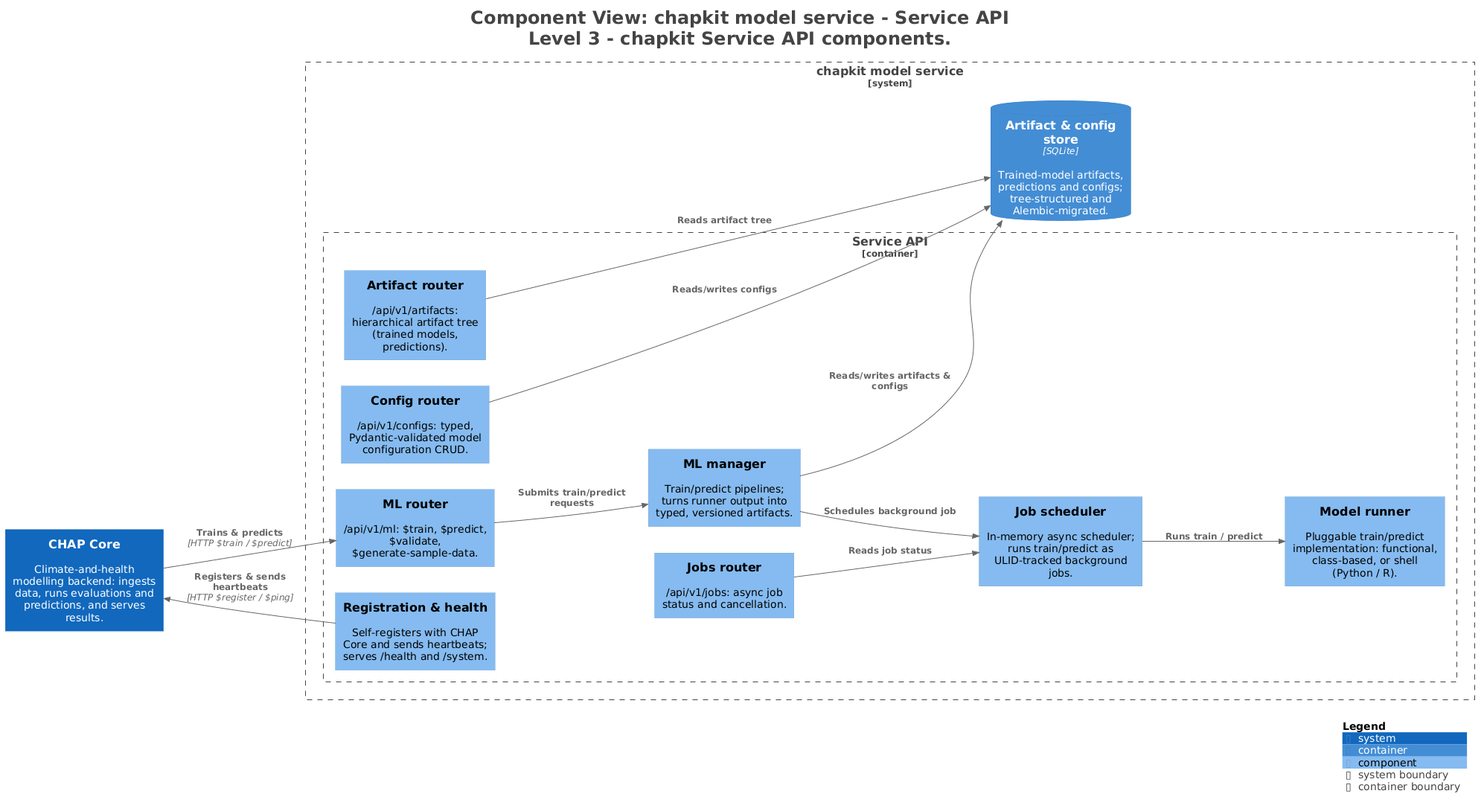
dhis2-chap/chap-core keeps this PlantUML diagram as architecture/diagrams/plantuml/L3_ChapkitService.png. Above is the earlier version. The source it was exported from:
```plantuml
@startuml
title <size:24>Component View: chapkit model service - Service API</size>\n<size:24>Level 3 - chapkit Service API components.</size>

set separator none
left to right direction

<style>
  root {
    BackgroundColor: #ffffff
    FontColor: #444444
  }
</style>

!include <C4/C4>
!include <C4/C4_Context>
!include <C4/C4_Container>
!include <C4/C4_Component>

System(CHAPCore, "CHAP Core", $descr="Climate-and-health modelling backend: ingests data, runs evaluations and predictions, and serves results.", $tags="", $link="")

System_Boundary("chapkitmodelservice_boundary", "chapkit model service", $tags="") {
  Container_Boundary("chapkitmodelservice.ServiceAPI_boundary", "Service API", $tags="") {
    Component(chapkitmodelservice.ServiceAPI.Registrationhealth, "Registration & health", $techn="", $descr="Self-registers with CHAP Core and sends heartbeats; serves /health and /system.", $tags="", $link="")
    Component(chapkitmodelservice.ServiceAPI.MLrouter, "ML router", $techn="", $descr="/api/v1/ml: $train, $predict, $validate, $generate-sample-data.", $tags="", $link="")
    Component(chapkitmodelservice.ServiceAPI.Configrouter, "Config router", $techn="", $descr="/api/v1/configs: typed, Pydantic-validated model configuration CRUD.", $tags="", $link="")
    Component(chapkitmodelservice.ServiceAPI.Artifactrouter, "Artifact router", $techn="", $descr="/api/v1/artifacts: hierarchical artifact tree (trained models, predictions).", $tags="", $link="")
    Component(chapkitmodelservice.ServiceAPI.Jobsrouter, "Jobs router", $techn="", $descr="/api/v1/jobs: async job status and cancellation.", $tags="", $link="")
    Component(chapkitmodelservice.ServiceAPI.MLmanager, "ML manager", $techn="", $descr="Train/predict pipelines; turns runner output into typed, versioned artifacts.", $tags="", $link="")
    Component(chapkitmodelservice.ServiceAPI.Jobscheduler, "Job scheduler", $techn="", $descr="In-memory async scheduler; runs train/predict as ULID-tracked background jobs.", $tags="", $link="")
    Component(chapkitmodelservice.ServiceAPI.Modelrunner, "Model runner", $techn="", $descr="Pluggable train/predict implementation: functional, class-based, or shell (Python / R).", $tags="", $link="")
  }

  ContainerDb(chapkitmodelservice.Artifactconfigstore, "Artifact & config store", $techn="SQLite", $descr="Trained-model artifacts, predictions and configs; tree-structured and Alembic-migrated.", $tags="", $link="")
}

Rel(CHAPCore, chapkitmodelservice.ServiceAPI.MLrouter, "Trains & predicts", $techn="HTTP $train / $predict", $tags="", $link="")
Rel(chapkitmodelservice.ServiceAPI.Registrationhealth, CHAPCore, "Registers & sends heartbeats", $techn="HTTP $register / $ping", $tags="", $link="")
Rel(chapkitmodelservice.ServiceAPI.MLrouter, chapkitmodelservice.ServiceAPI.MLmanager, "Submits train/predict requests", $techn="", $tags="", $link="")
Rel(chapkitmodelservice.ServiceAPI.MLmanager, chapkitmodelservice.ServiceAPI.Jobscheduler, "Schedules background job", $techn="", $tags="", $link="")
Rel(chapkitmodelservice.ServiceAPI.Jobscheduler, chapkitmodelservice.ServiceAPI.Modelrunner, "Runs train / predict", $techn="", $tags="", $link="")
Rel(chapkitmodelservice.ServiceAPI.MLmanager, chapkitmodelservice.Artifactconfigstore, "Reads/writes artifacts & configs", $techn="", $tags="", $link="")
Rel(chapkitmodelservice.ServiceAPI.Configrouter, chapkitmodelservice.Artifactconfigstore, "Reads/writes configs", $techn="", $tags="", $link="")
Rel(chapkitmodelservice.ServiceAPI.Artifactrouter, chapkitmodelservice.Artifactconfigstore, "Reads artifact tree", $techn="", $tags="", $link="")
Rel(chapkitmodelservice.ServiceAPI.Jobsrouter, chapkitmodelservice.ServiceAPI.Jobscheduler, "Reads job status", $techn="", $tags="", $link="")

SHOW_LEGEND(true)
hide stereotypes
@enduml
```
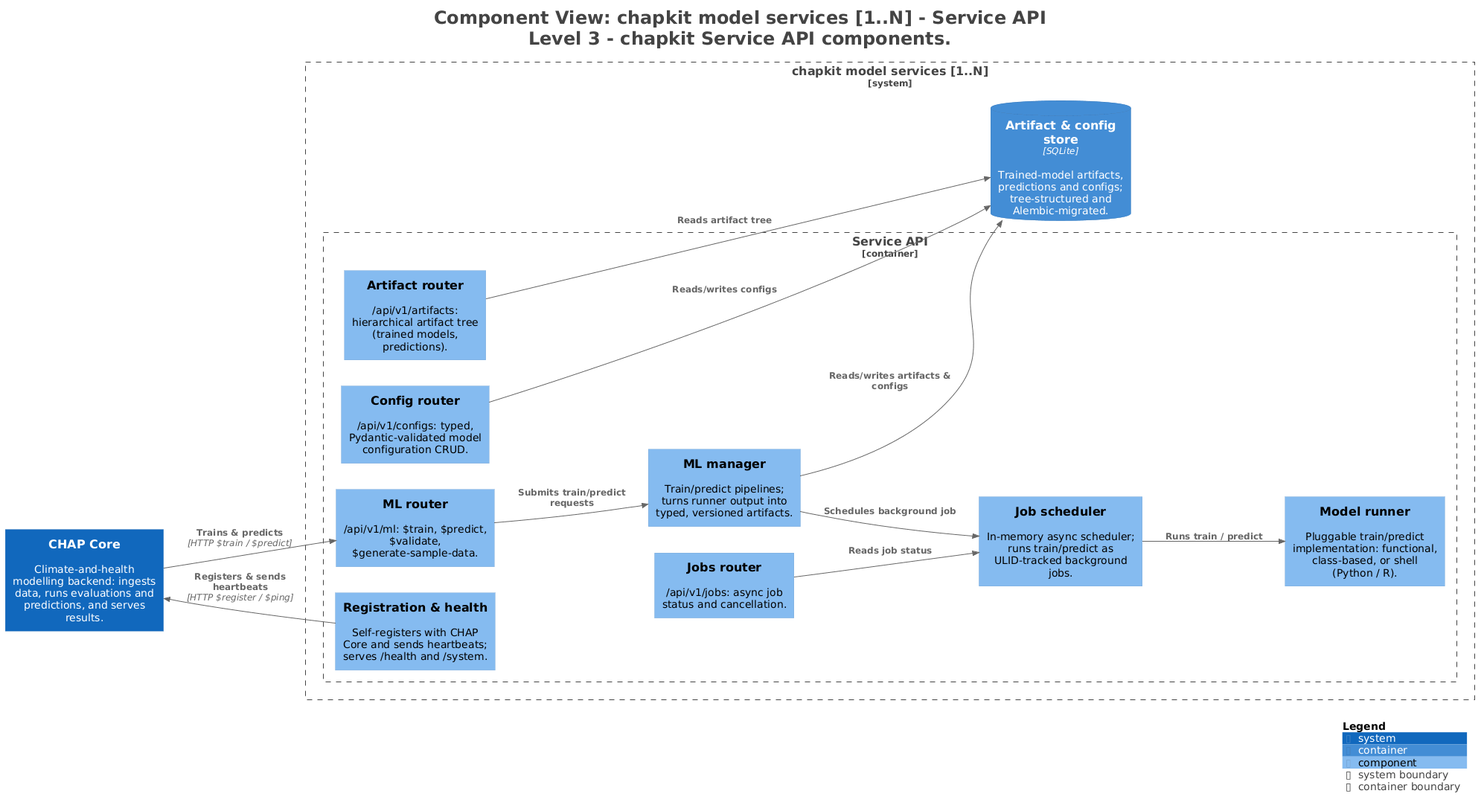
Later version of the same file.

The edit, as a diff of the source:
```diff
@@ -1,5 +1,5 @@
 @startuml
-title <size:24>Component View: chapkit model service - Service API</size>\n<size:24>Level 3 - chapkit Service API components.</size>
+title <size:24>Component View: chapkit model services [1..N] - Service API</size>\n<size:24>Level 3 - chapkit Service API components.</size>
 
 set separator none
 left to right direction
@@ -18,30 +18,30 @@
 
 System(CHAPCore, "CHAP Core", $descr="Climate-and-health modelling backend: ingests data, runs evaluations and predictions, and serves results.", $tags="", $link="")
 
-System_Boundary("chapkitmodelservice_boundary", "chapkit model service", $tags="") {
-  Container_Boundary("chapkitmodelservice.ServiceAPI_boundary", "Service API", $tags="") {
-    Component(chapkitmodelservice.ServiceAPI.Registrationhealth, "Registration & health", $techn="", $descr="Self-registers with CHAP Core and sends heartbeats; serves /health and /system.", $tags="", $link="")
-    Component(chapkitmodelservice.ServiceAPI.MLrouter, "ML router", $techn="", $descr="/api/v1/ml: $train, $predict, $validate, $generate-sample-data.", $tags="", $link="")
-    Component(chapkitmodelservice.ServiceAPI.Configrouter, "Config router", $techn="", $descr="/api/v1/configs: typed, Pydantic-validated model configuration CRUD.", $tags="", $link="")
-    Component(chapkitmodelservice.ServiceAPI.Artifactrouter, "Artifact router", $techn="", $descr="/api/v1/artifacts: hierarchical artifact tree (trained models, predictions).", $tags="", $link="")
-    Component(chapkitmodelservice.ServiceAPI.Jobsrouter, "Jobs router", $techn="", $descr="/api/v1/jobs: async job status and cancellation.", $tags="", $link="")
-    Component(chapkitmodelservice.ServiceAPI.MLmanager, "ML manager", $techn="", $descr="Train/predict pipelines; turns runner output into typed, versioned artifacts.", $tags="", $link="")
-    Component(chapkitmodelservice.ServiceAPI.Jobscheduler, "Job scheduler", $techn="", $descr="In-memory async scheduler; runs train/predict as ULID-tracked background jobs.", $tags="", $link="")
-    Component(chapkitmodelservice.ServiceAPI.Modelrunner, "Model runner", $techn="", $descr="Pluggable train/predict implementation: functional, class-based, or shell (Python / R).", $tags="", $link="")
+System_Boundary("chapkitmodelservices1N_boundary", "chapkit model services [1..N]", $tags="") {
+  Container_Boundary("chapkitmodelservices1N.ServiceAPI_boundary", "Service API", $tags="") {
+    Component(chapkitmodelservices1N.ServiceAPI.Registrationhealth, "Registration & health", $techn="", $descr="Self-registers with CHAP Core and sends heartbeats; serves /health and /system.", $tags="", $link="")
+    Component(chapkitmodelservices1N.ServiceAPI.MLrouter, "ML router", $techn="", $descr="/api/v1/ml: $train, $predict, $validate, $generate-sample-data.", $tags="", $link="")
+    Component(chapkitmodelservices1N.ServiceAPI.Configrouter, "Config router", $techn="", $descr="/api/v1/configs: typed, Pydantic-validated model configuration CRUD.", $tags="", $link="")
+    Component(chapkitmodelservices1N.ServiceAPI.Artifactrouter, "Artifact router", $techn="", $descr="/api/v1/artifacts: hierarchical artifact tree (trained models, predictions).", $tags="", $link="")
+    Component(chapkitmodelservices1N.ServiceAPI.Jobsrouter, "Jobs router", $techn="", $descr="/api/v1/jobs: async job status and cancellation.", $tags="", $link="")
+    Component(chapkitmodelservices1N.ServiceAPI.MLmanager, "ML manager", $techn="", $descr="Train/predict pipelines; turns runner output into typed, versioned artifacts.", $tags="", $link="")
+    Component(chapkitmodelservices1N.ServiceAPI.Jobscheduler, "Job scheduler", $techn="", $descr="In-memory async scheduler; runs train/predict as ULID-tracked background jobs.", $tags="", $link="")
+    Component(chapkitmodelservices1N.ServiceAPI.Modelrunner, "Model runner", $techn="", $descr="Pluggable train/predict implementation: functional, class-based, or shell (Python / R).", $tags="", $link="")
   }
 
-  ContainerDb(chapkitmodelservice.Artifactconfigstore, "Artifact & config store", $techn="SQLite", $descr="Trained-model artifacts, predictions and configs; tree-structured and Alembic-migrated.", $tags="", $link="")
+  ContainerDb(chapkitmodelservices1N.Artifactconfigstore, "Artifact & config store", $techn="SQLite", $descr="Trained-model artifacts, predictions and configs; tree-structured and Alembic-migrated.", $tags="", $link="")
 }
 
-Rel(CHAPCore, chapkitmodelservice.ServiceAPI.MLrouter, "Trains & predicts", $techn="HTTP $train / $predict", $tags="", $link="")
-Rel(chapkitmodelservice.ServiceAPI.Registrationhealth, CHAPCore, "Registers & sends heartbeats", $techn="HTTP $register / $ping", $tags="", $link="")
-Rel(chapkitmodelservice.ServiceAPI.MLrouter, chapkitmodelservice.ServiceAPI.MLmanager, "Submits train/predict requests", $techn="", $tags="", $link="")
-Rel(chapkitmodelservice.ServiceAPI.MLmanager, chapkitmodelservice.ServiceAPI.Jobscheduler, "Schedules background job", $techn="", $tags="", $link="")
-Rel(chapkitmodelservice.ServiceAPI.Jobscheduler, chapkitmodelservice.ServiceAPI.Modelrunner, "Runs train / predict", $techn="", $tags="", $link="")
-Rel(chapkitmodelservice.ServiceAPI.MLmanager, chapkitmodelservice.Artifactconfigstore, "Reads/writes artifacts & configs", $techn="", $tags="", $link="")
-Rel(chapkitmodelservice.ServiceAPI.Configrouter, chapkitmodelservice.Artifactconfigstore, "Reads/writes configs", $techn="", $tags="", $link="")
-Rel(chapkitmodelservice.ServiceAPI.Artifactrouter, chapkitmodelservice.Artifactconfigstore, "Reads artifact tree", $techn="", $tags="", $link="")
-Rel(chapkitmodelservice.ServiceAPI.Jobsrouter, chapkitmodelservice.ServiceAPI.Jobscheduler, "Reads job status", $techn="", $tags="", $link="")
+Rel(CHAPCore, chapkitmodelservices1N.ServiceAPI.MLrouter, "Trains & predicts", $techn="HTTP $train / $predict", $tags="", $link="")
+Rel(chapkitmodelservices1N.ServiceAPI.Registrationhealth, CHAPCore, "Registers & sends heartbeats", $techn="HTTP $register / $ping", $tags="", $link="")
+Rel(chapkitmodelservices1N.ServiceAPI.MLrouter, chapkitmodelservices1N.ServiceAPI.MLmanager, "Submits train/predict requests", $techn="", $tags="", $link="")
+Rel(chapkitmodelservices1N.ServiceAPI.MLmanager, chapkitmodelservices1N.ServiceAPI.Jobscheduler, "Schedules background job", $techn="", $tags="", $link="")
+Rel(chapkitmodelservices1N.ServiceAPI.Jobscheduler, chapkitmodelservices1N.ServiceAPI.Modelrunner, "Runs train / predict", $techn="", $tags="", $link="")
+Rel(chapkitmodelservices1N.ServiceAPI.MLmanager, chapkitmodelservices1N.Artifactconfigstore, "Reads/writes artifacts & configs", $techn="", $tags="", $link="")
+Rel(chapkitmodelservices1N.ServiceAPI.Configrouter, chapkitmodelservices1N.Artifactconfigstore, "Reads/writes configs", $techn="", $tags="", $link="")
+Rel(chapkitmodelservices1N.ServiceAPI.Artifactrouter, chapkitmodelservices1N.Artifactconfigstore, "Reads artifact tree", $techn="", $tags="", $link="")
+Rel(chapkitmodelservices1N.ServiceAPI.Jobsrouter, chapkitmodelservices1N.ServiceAPI.Jobscheduler, "Reads job status", $techn="", $tags="", $link="")
 
 SHOW_LEGEND(true)
 hide stereotypes
```
